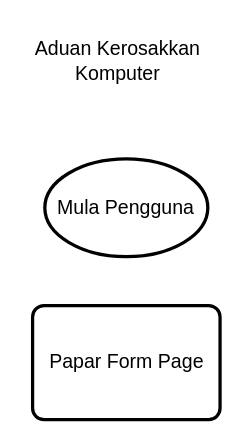
Danialdev01/AduanPenyelengaraanKVKS keeps this draw.io diagram as src/documentation/flowchart.drawio. Above is the earlier version. Source tidied: cells renumbered, new cells numbered last; positions are measured from the earlier drawing's top-left corner, leaving out a move shared by most shapes. Both pictures are drawn from the tidied source at 163%, with x=0, y=0 at pixel (28, 28).
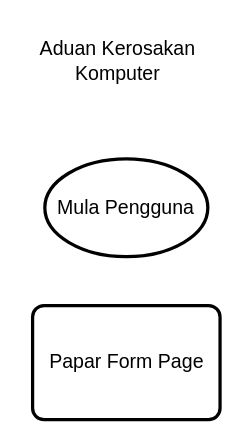
After the change.

The edit, as a diff of the source:
```diff
@@
 <mxGraphModel>
   <root>
     <mxCell id="0" />
     <mxCell id="1" parent="0" />
-    <mxCell id="2" value="Aduan Kerosakkan Komputer" style="text;html=1;strokeColor=none;fillColor=none;align=center;verticalAlign=middle;whiteSpace=wrap;rounded=0;" parent="1" vertex="1">
+    <mxCell id="2" value="Aduan Kerosakan Komputer" style="text;html=1;strokeColor=none;fillColor=none;align=center;verticalAlign=middle;whiteSpace=wrap;rounded=0;" parent="1" vertex="1">
       <mxGeometry width="110" height="40" as="geometry" />
     </mxCell>
     <mxCell id="3" value="Mula Pengguna" style="strokeWidth=2;html=1;shape=mxgraph.flowchart.start_1;whiteSpace=wrap;fillColor=#FFFFFF;" parent="1" vertex="1">
       <mxGeometry x="10" y="80" width="100" height="60" as="geometry" />
     </mxCell>
     <mxCell id="4" value="Papar Form Page" style="rounded=1;whiteSpace=wrap;html=1;absoluteArcSize=1;arcSize=14;strokeWidth=2;fillColor=#FFFFFF;" parent="1" vertex="1">
       <mxGeometry x="2.5" y="170" width="115" height="70" as="geometry" />
     </mxCell>
   </root>
 </mxGraphModel>
```
